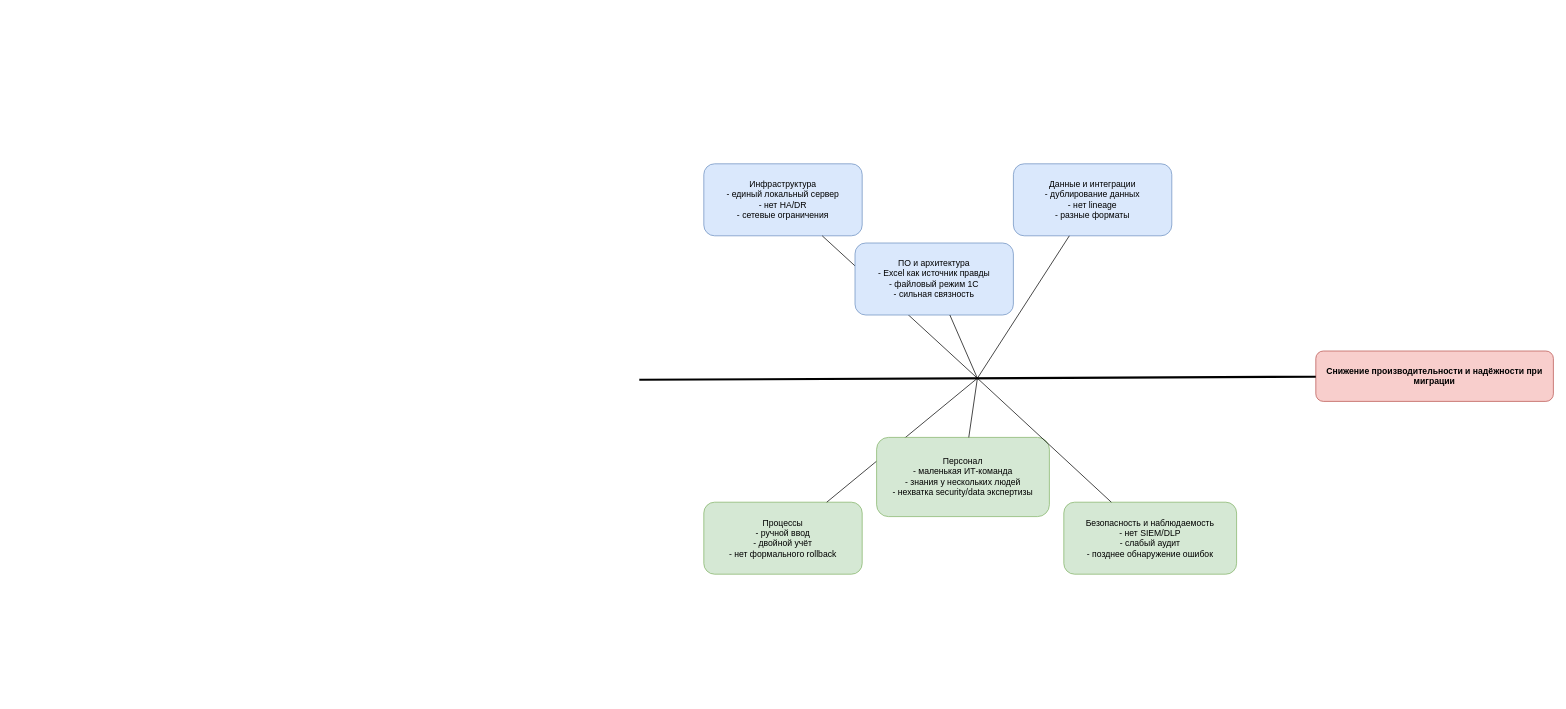
Anton19840712/architecture-medikamente keeps this draw.io diagram as Task4/ishikawa.drawio. Above is the earlier version. Source tidied: cells renumbered, new cells numbered last; positions are measured from the earlier drawing's top-left corner, leaving out a move shared by most shapes. Both pictures are drawn from the tidied source at 72%, with x=0, y=0 at pixel (624, 163).
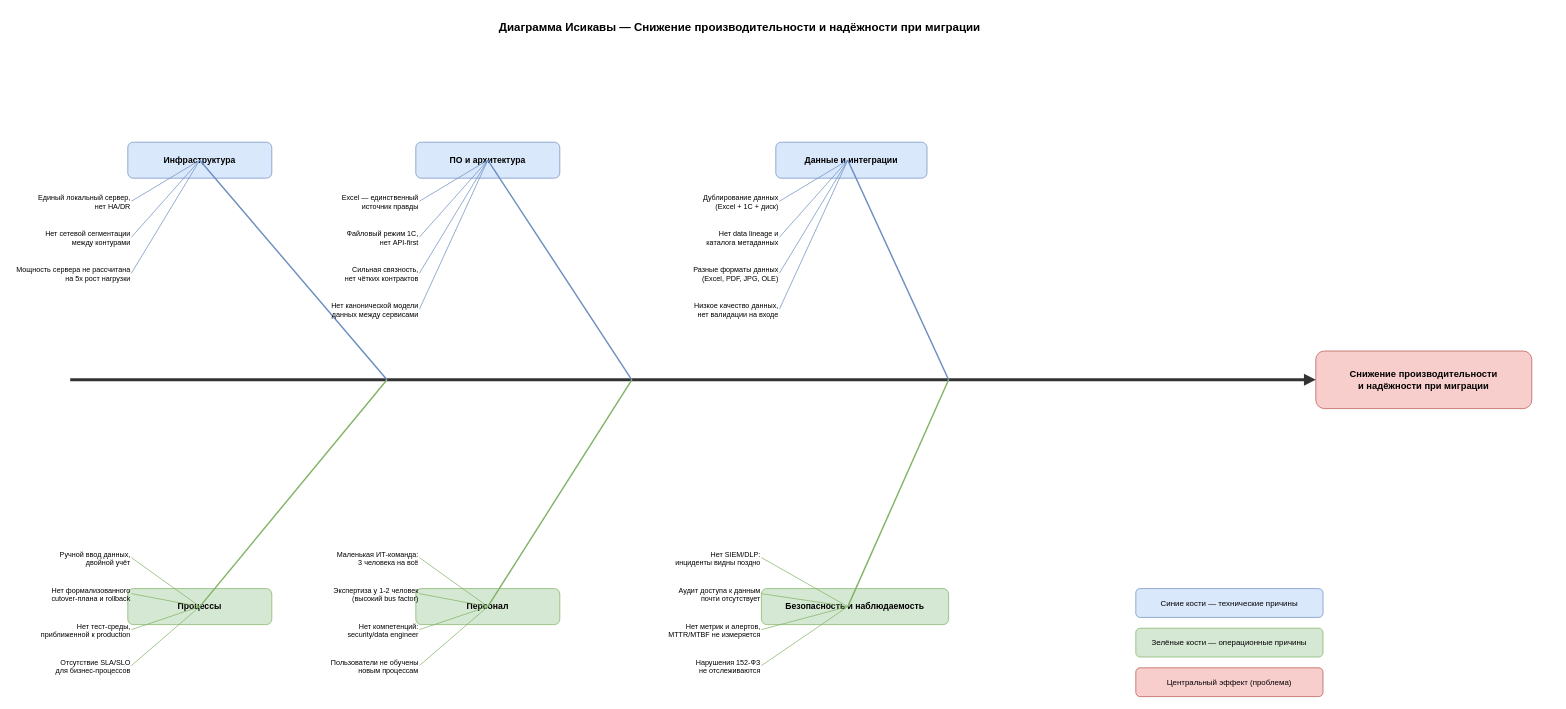
The same diagram, later.

Commit message:
feat(Task4): расширить диаграмму Исикавы подкостями второго уровня

The edit, as a diff of the source:
```diff
@@
+    <mxCell id="17" value="Диаграмма Исикавы — Снижение производительности и надёжности при миграции" style="text;html=1;strokeColor=none;fillColor=none;align=center;verticalAlign=middle;whiteSpace=wrap;fontSize=16;fontStyle=1;" parent="1" vertex="1">
+      <mxGeometry x="-290" y="-210" width="900" height="40" as="geometry" />
+    </mxCell>
-    <mxCell id="2" value="Снижение производительности и надёжности при миграции" style="rounded=1;whiteSpace=wrap;html=1;fillColor=#f8cecc;strokeColor=#b85450;fontStyle=1;" parent="1" vertex="1">
-      <mxGeometry x="960" y="260" width="330" height="70" as="geometry" />
+    <mxCell id="2" value="Снижение производительности&#10;и надёжности при миграции" style="rounded=1;whiteSpace=wrap;html=1;fillColor=#f8cecc;strokeColor=#b85450;fontStyle=1;fontSize=13;" parent="1" vertex="1">
+      <mxGeometry x="960" y="260" width="300" height="80" as="geometry" />
     </mxCell>
-    <mxCell id="3" style="endArrow=none;html=1;strokeWidth=3;" parent="1" edge="1" source="4" target="2">
-      <mxGeometry relative="1" as="geometry" />
-    </mxCell>
-    <mxCell id="4" style="ellipse;whiteSpace=wrap;html=1;fillColor=#ffffff;strokeColor=#ffffff;" parent="1" vertex="1">
-      <mxGeometry y="290" width="20" height="20" as="geometry" />
-    </mxCell>
-    <mxCell id="5" value="Инфраструктура&#10;- единый локальный сервер&#10;- нет HA/DR&#10;- сетевые ограничения" style="whiteSpace=wrap;html=1;rounded=1;fillColor=#dae8fc;strokeColor=#6c8ebf;" parent="1" vertex="1">
-      <mxGeometry x="110" width="220" height="100" as="geometry" />
-    </mxCell>
-    <mxCell id="6" style="endArrow=none;html=1;" parent="1" edge="1" source="5" target="3">
-      <mxGeometry relative="1" as="geometry" />
-    </mxCell>
-    <mxCell id="7" value="ПО и архитектура&#10;- Excel как источник правды&#10;- файловый режим 1С&#10;- сильная связность" style="whiteSpace=wrap;html=1;rounded=1;fillColor=#dae8fc;strokeColor=#6c8ebf;" parent="1" vertex="1">
-      <mxGeometry x="320" y="110" width="220" height="100" as="geometry" />
-    </mxCell>
-    <mxCell id="8" style="endArrow=none;html=1;" parent="1" edge="1" source="7" target="3">
-      <mxGeometry relative="1" as="geometry" />
-    </mxCell>
-    <mxCell id="9" value="Данные и интеграции&#10;- дублирование данных&#10;- нет lineage&#10;- разные форматы" style="whiteSpace=wrap;html=1;rounded=1;fillColor=#dae8fc;strokeColor=#6c8ebf;" parent="1" vertex="1">
-      <mxGeometry x="540" width="220" height="100" as="geometry" />
-    </mxCell>
-    <mxCell id="10" style="endArrow=none;html=1;" parent="1" edge="1" source="9" target="3">
-      <mxGeometry relative="1" as="geometry" />
-    </mxCell>
-    <mxCell id="11" value="Процессы&#10;- ручной ввод&#10;- двойной учёт&#10;- нет формального rollback" style="whiteSpace=wrap;html=1;rounded=1;fillColor=#d5e8d4;strokeColor=#82b366;" parent="1" vertex="1">
-      <mxGeometry x="110" y="470" width="220" height="100" as="geometry" />
-    </mxCell>
-    <mxCell id="12" style="endArrow=none;html=1;" parent="1" edge="1" source="11" target="3">
-      <mxGeometry relative="1" as="geometry" />
-    </mxCell>
-    <mxCell id="13" value="Персонал&#10;- маленькая ИТ-команда&#10;- знания у нескольких людей&#10;- нехватка security/data экспертизы" style="whiteSpace=wrap;html=1;rounded=1;fillColor=#d5e8d4;strokeColor=#82b366;" parent="1" vertex="1">
-      <mxGeometry x="350" y="380" width="240" height="110" as="geometry" />
-    </mxCell>
-    <mxCell id="14" style="endArrow=none;html=1;" parent="1" edge="1" source="13" target="3">
-      <mxGeometry relative="1" as="geometry" />
-    </mxCell>
-    <mxCell id="15" value="Безопасность и наблюдаемость&#10;- нет SIEM/DLP&#10;- слабый аудит&#10;- позднее обнаружение ошибок" style="whiteSpace=wrap;html=1;rounded=1;fillColor=#d5e8d4;strokeColor=#82b366;" parent="1" vertex="1">
-      <mxGeometry x="610" y="470" width="240" height="100" as="geometry" />
-    </mxCell>
-    <mxCell id="16" style="endArrow=none;html=1;" parent="1" edge="1" source="15" target="3">
-      <mxGeometry relative="1" as="geometry" />
-    </mxCell>
+    <mxCell id="18" style="endArrow=block;endFill=1;html=1;strokeWidth=4;strokeColor=#333333;" parent="1" edge="1">
+      <mxGeometry relative="1" as="geometry">
+        <mxPoint x="-770" y="300" as="sourcePoint" />
+        <mxPoint x="960" y="300" as="targetPoint" />
+      </mxGeometry>
+    </mxCell>
+    <mxCell id="19" value="Инфраструктура" style="rounded=1;whiteSpace=wrap;html=1;fillColor=#dae8fc;strokeColor=#6c8ebf;fontStyle=1;fontSize=12;" parent="1" vertex="1">
+      <mxGeometry x="-690" y="-30" width="200" height="50" as="geometry" />
+    </mxCell>
+    <mxCell id="20" style="endArrow=none;html=1;strokeWidth=2;strokeColor=#6c8ebf;" parent="1" edge="1">
+      <mxGeometry relative="1" as="geometry">
+        <mxPoint x="-590" y="-5" as="sourcePoint" />
+        <mxPoint x="-330" y="300" as="targetPoint" />
+      </mxGeometry>
+    </mxCell>
+    <mxCell id="21" value="Единый локальный сервер,&#10;нет HA/DR" style="text;html=1;strokeColor=none;fillColor=none;fontSize=10;align=right;" parent="1" vertex="1">
+      <mxGeometry x="-850" y="35" width="165" height="35" as="geometry" />
+    </mxCell>
+    <mxCell id="22" style="endArrow=none;html=1;strokeColor=#6c8ebf;" parent="1" edge="1">
+      <mxGeometry relative="1" as="geometry">
+        <mxPoint x="-685" y="52" as="sourcePoint" />
+        <mxPoint x="-590" y="-5" as="targetPoint" />
+      </mxGeometry>
+    </mxCell>
+    <mxCell id="23" value="Нет сетевой сегментации&#10;между контурами" style="text;html=1;strokeColor=none;fillColor=none;fontSize=10;align=right;" parent="1" vertex="1">
+      <mxGeometry x="-850" y="85" width="165" height="35" as="geometry" />
+    </mxCell>
+    <mxCell id="24" style="endArrow=none;html=1;strokeColor=#6c8ebf;" parent="1" edge="1">
+      <mxGeometry relative="1" as="geometry">
+        <mxPoint x="-685" y="102" as="sourcePoint" />
+        <mxPoint x="-590" y="-5" as="targetPoint" />
+      </mxGeometry>
+    </mxCell>
+    <mxCell id="25" value="Мощность сервера не рассчитана&#10;на 5x рост нагрузки" style="text;html=1;strokeColor=none;fillColor=none;fontSize=10;align=right;" parent="1" vertex="1">
+      <mxGeometry x="-850" y="135" width="165" height="35" as="geometry" />
+    </mxCell>
+    <mxCell id="26" style="endArrow=none;html=1;strokeColor=#6c8ebf;" parent="1" edge="1">
+      <mxGeometry relative="1" as="geometry">
+        <mxPoint x="-685" y="152" as="sourcePoint" />
+        <mxPoint x="-590" y="-5" as="targetPoint" />
+      </mxGeometry>
+    </mxCell>
+    <mxCell id="27" value="ПО и архитектура" style="rounded=1;whiteSpace=wrap;html=1;fillColor=#dae8fc;strokeColor=#6c8ebf;fontStyle=1;fontSize=12;" parent="1" vertex="1">
+      <mxGeometry x="-290" y="-30" width="200" height="50" as="geometry" />
+    </mxCell>
+    <mxCell id="28" style="endArrow=none;html=1;strokeWidth=2;strokeColor=#6c8ebf;" parent="1" edge="1">
+      <mxGeometry relative="1" as="geometry">
+        <mxPoint x="-190" y="-5" as="sourcePoint" />
+        <mxPoint x="10" y="300" as="targetPoint" />
+      </mxGeometry>
+    </mxCell>
+    <mxCell id="29" value="Excel — единственный&#10;источник правды" style="text;html=1;strokeColor=none;fillColor=none;fontSize=10;align=right;" parent="1" vertex="1">
+      <mxGeometry x="-450" y="35" width="165" height="35" as="geometry" />
+    </mxCell>
+    <mxCell id="30" style="endArrow=none;html=1;strokeColor=#6c8ebf;" parent="1" edge="1">
+      <mxGeometry relative="1" as="geometry">
+        <mxPoint x="-285" y="52" as="sourcePoint" />
+        <mxPoint x="-190" y="-5" as="targetPoint" />
+      </mxGeometry>
+    </mxCell>
+    <mxCell id="31" value="Файловый режим 1С,&#10;нет API-first" style="text;html=1;strokeColor=none;fillColor=none;fontSize=10;align=right;" parent="1" vertex="1">
+      <mxGeometry x="-450" y="85" width="165" height="35" as="geometry" />
+    </mxCell>
+    <mxCell id="32" style="endArrow=none;html=1;strokeColor=#6c8ebf;" parent="1" edge="1">
+      <mxGeometry relative="1" as="geometry">
+        <mxPoint x="-285" y="102" as="sourcePoint" />
+        <mxPoint x="-190" y="-5" as="targetPoint" />
+      </mxGeometry>
+    </mxCell>
+    <mxCell id="33" value="Сильная связность,&#10;нет чётких контрактов" style="text;html=1;strokeColor=none;fillColor=none;fontSize=10;align=right;" parent="1" vertex="1">
+      <mxGeometry x="-450" y="135" width="165" height="35" as="geometry" />
+    </mxCell>
+    <mxCell id="34" style="endArrow=none;html=1;strokeColor=#6c8ebf;" parent="1" edge="1">
+      <mxGeometry relative="1" as="geometry">
+        <mxPoint x="-285" y="152" as="sourcePoint" />
+        <mxPoint x="-190" y="-5" as="targetPoint" />
+      </mxGeometry>
+    </mxCell>
+    <mxCell id="35" value="Нет канонической модели&#10;данных между сервисами" style="text;html=1;strokeColor=none;fillColor=none;fontSize=10;align=right;" parent="1" vertex="1">
+      <mxGeometry x="-450" y="185" width="165" height="35" as="geometry" />
+    </mxCell>
+    <mxCell id="36" style="endArrow=none;html=1;strokeColor=#6c8ebf;" parent="1" edge="1">
+      <mxGeometry relative="1" as="geometry">
+        <mxPoint x="-285" y="202" as="sourcePoint" />
+        <mxPoint x="-190" y="-5" as="targetPoint" />
+      </mxGeometry>
+    </mxCell>
+    <mxCell id="37" value="Данные и интеграции" style="rounded=1;whiteSpace=wrap;html=1;fillColor=#dae8fc;strokeColor=#6c8ebf;fontStyle=1;fontSize=12;" parent="1" vertex="1">
+      <mxGeometry x="210" y="-30" width="210" height="50" as="geometry" />
+    </mxCell>
+    <mxCell id="38" style="endArrow=none;html=1;strokeWidth=2;strokeColor=#6c8ebf;" parent="1" edge="1">
+      <mxGeometry relative="1" as="geometry">
+        <mxPoint x="310" y="-5" as="sourcePoint" />
+        <mxPoint x="450" y="300" as="targetPoint" />
+      </mxGeometry>
+    </mxCell>
+    <mxCell id="39" value="Дублирование данных&#10;(Excel + 1С + диск)" style="text;html=1;strokeColor=none;fillColor=none;fontSize=10;align=right;" parent="1" vertex="1">
+      <mxGeometry x="40" y="35" width="175" height="35" as="geometry" />
+    </mxCell>
+    <mxCell id="40" style="endArrow=none;html=1;strokeColor=#6c8ebf;" parent="1" edge="1">
+      <mxGeometry relative="1" as="geometry">
+        <mxPoint x="215" y="52" as="sourcePoint" />
+        <mxPoint x="310" y="-5" as="targetPoint" />
+      </mxGeometry>
+    </mxCell>
+    <mxCell id="41" value="Нет data lineage и&#10;каталога метаданных" style="text;html=1;strokeColor=none;fillColor=none;fontSize=10;align=right;" parent="1" vertex="1">
+      <mxGeometry x="40" y="85" width="175" height="35" as="geometry" />
+    </mxCell>
+    <mxCell id="42" style="endArrow=none;html=1;strokeColor=#6c8ebf;" parent="1" edge="1">
+      <mxGeometry relative="1" as="geometry">
+        <mxPoint x="215" y="102" as="sourcePoint" />
+        <mxPoint x="310" y="-5" as="targetPoint" />
+      </mxGeometry>
+    </mxCell>
+    <mxCell id="43" value="Разные форматы данных&#10;(Excel, PDF, JPG, OLE)" style="text;html=1;strokeColor=none;fillColor=none;fontSize=10;align=right;" parent="1" vertex="1">
+      <mxGeometry x="40" y="135" width="175" height="35" as="geometry" />
+    </mxCell>
+    <mxCell id="44" style="endArrow=none;html=1;strokeColor=#6c8ebf;" parent="1" edge="1">
+      <mxGeometry relative="1" as="geometry">
+        <mxPoint x="215" y="152" as="sourcePoint" />
+        <mxPoint x="310" y="-5" as="targetPoint" />
+      </mxGeometry>
+    </mxCell>
+    <mxCell id="45" value="Низкое качество данных,&#10;нет валидации на входе" style="text;html=1;strokeColor=none;fillColor=none;fontSize=10;align=right;" parent="1" vertex="1">
+      <mxGeometry x="40" y="185" width="175" height="35" as="geometry" />
+    </mxCell>
+    <mxCell id="46" style="endArrow=none;html=1;strokeColor=#6c8ebf;" parent="1" edge="1">
+      <mxGeometry relative="1" as="geometry">
+        <mxPoint x="215" y="202" as="sourcePoint" />
+        <mxPoint x="310" y="-5" as="targetPoint" />
+      </mxGeometry>
+    </mxCell>
+    <mxCell id="47" value="Процессы" style="rounded=1;whiteSpace=wrap;html=1;fillColor=#d5e8d4;strokeColor=#82b366;fontStyle=1;fontSize=12;" parent="1" vertex="1">
+      <mxGeometry x="-690" y="590" width="200" height="50" as="geometry" />
+    </mxCell>
+    <mxCell id="48" style="endArrow=none;html=1;strokeWidth=2;strokeColor=#82b366;" parent="1" edge="1">
+      <mxGeometry relative="1" as="geometry">
+        <mxPoint x="-590" y="615" as="sourcePoint" />
+        <mxPoint x="-330" y="300" as="targetPoint" />
+      </mxGeometry>
+    </mxCell>
+    <mxCell id="49" value="Ручной ввод данных,&#10;двойной учёт" style="text;html=1;strokeColor=none;fillColor=none;fontSize=10;align=right;" parent="1" vertex="1">
+      <mxGeometry x="-850" y="530" width="165" height="35" as="geometry" />
+    </mxCell>
+    <mxCell id="50" style="endArrow=none;html=1;strokeColor=#82b366;" parent="1" edge="1">
+      <mxGeometry relative="1" as="geometry">
+        <mxPoint x="-685" y="547" as="sourcePoint" />
+        <mxPoint x="-590" y="615" as="targetPoint" />
+      </mxGeometry>
+    </mxCell>
+    <mxCell id="51" value="Нет формализованного&#10;cutover-плана и rollback" style="text;html=1;strokeColor=none;fillColor=none;fontSize=10;align=right;" parent="1" vertex="1">
+      <mxGeometry x="-850" y="580" width="165" height="35" as="geometry" />
+    </mxCell>
+    <mxCell id="52" style="endArrow=none;html=1;strokeColor=#82b366;" parent="1" edge="1">
+      <mxGeometry relative="1" as="geometry">
+        <mxPoint x="-685" y="597" as="sourcePoint" />
+        <mxPoint x="-590" y="615" as="targetPoint" />
+      </mxGeometry>
+    </mxCell>
+    <mxCell id="53" value="Нет тест-среды,&#10;приближенной к production" style="text;html=1;strokeColor=none;fillColor=none;fontSize=10;align=right;" parent="1" vertex="1">
+      <mxGeometry x="-850" y="630" width="165" height="35" as="geometry" />
+    </mxCell>
+    <mxCell id="54" style="endArrow=none;html=1;strokeColor=#82b366;" parent="1" edge="1">
+      <mxGeometry relative="1" as="geometry">
+        <mxPoint x="-685" y="647" as="sourcePoint" />
+        <mxPoint x="-590" y="615" as="targetPoint" />
+      </mxGeometry>
+    </mxCell>
+    <mxCell id="55" value="Отсутствие SLA/SLO&#10;для бизнес-процессов" style="text;html=1;strokeColor=none;fillColor=none;fontSize=10;align=right;" parent="1" vertex="1">
+      <mxGeometry x="-850" y="680" width="165" height="35" as="geometry" />
+    </mxCell>
+    <mxCell id="56" style="endArrow=none;html=1;strokeColor=#82b366;" parent="1" edge="1">
+      <mxGeometry relative="1" as="geometry">
+        <mxPoint x="-685" y="697" as="sourcePoint" />
+        <mxPoint x="-590" y="615" as="targetPoint" />
+      </mxGeometry>
+    </mxCell>
+    <mxCell id="57" value="Персонал" style="rounded=1;whiteSpace=wrap;html=1;fillColor=#d5e8d4;strokeColor=#82b366;fontStyle=1;fontSize=12;" parent="1" vertex="1">
+      <mxGeometry x="-290" y="590" width="200" height="50" as="geometry" />
+    </mxCell>
+    <mxCell id="58" style="endArrow=none;html=1;strokeWidth=2;strokeColor=#82b366;" parent="1" edge="1">
+      <mxGeometry relative="1" as="geometry">
+        <mxPoint x="-190" y="615" as="sourcePoint" />
+        <mxPoint x="10" y="300" as="targetPoint" />
+      </mxGeometry>
+    </mxCell>
+    <mxCell id="59" value="Маленькая ИТ-команда:&#10;3 человека на всё" style="text;html=1;strokeColor=none;fillColor=none;fontSize=10;align=right;" parent="1" vertex="1">
+      <mxGeometry x="-460" y="530" width="175" height="35" as="geometry" />
+    </mxCell>
+    <mxCell id="60" style="endArrow=none;html=1;strokeColor=#82b366;" parent="1" edge="1">
+      <mxGeometry relative="1" as="geometry">
+        <mxPoint x="-285" y="547" as="sourcePoint" />
+        <mxPoint x="-190" y="615" as="targetPoint" />
+      </mxGeometry>
+    </mxCell>
+    <mxCell id="61" value="Экспертиза у 1-2 человек&#10;(высокий bus factor)" style="text;html=1;strokeColor=none;fillColor=none;fontSize=10;align=right;" parent="1" vertex="1">
+      <mxGeometry x="-460" y="580" width="175" height="35" as="geometry" />
+    </mxCell>
+    <mxCell id="62" style="endArrow=none;html=1;strokeColor=#82b366;" parent="1" edge="1">
+      <mxGeometry relative="1" as="geometry">
+        <mxPoint x="-285" y="597" as="sourcePoint" />
+        <mxPoint x="-190" y="615" as="targetPoint" />
+      </mxGeometry>
+    </mxCell>
+    <mxCell id="63" value="Нет компетенций:&#10;security/data engineer" style="text;html=1;strokeColor=none;fillColor=none;fontSize=10;align=right;" parent="1" vertex="1">
+      <mxGeometry x="-460" y="630" width="175" height="35" as="geometry" />
+    </mxCell>
+    <mxCell id="64" style="endArrow=none;html=1;strokeColor=#82b366;" parent="1" edge="1">
+      <mxGeometry relative="1" as="geometry">
+        <mxPoint x="-285" y="647" as="sourcePoint" />
+        <mxPoint x="-190" y="615" as="targetPoint" />
+      </mxGeometry>
+    </mxCell>
+    <mxCell id="65" value="Пользователи не обучены&#10;новым процессам" style="text;html=1;strokeColor=none;fillColor=none;fontSize=10;align=right;" parent="1" vertex="1">
+      <mxGeometry x="-460" y="680" width="175" height="35" as="geometry" />
+    </mxCell>
+    <mxCell id="66" style="endArrow=none;html=1;strokeColor=#82b366;" parent="1" edge="1">
+      <mxGeometry relative="1" as="geometry">
+        <mxPoint x="-285" y="697" as="sourcePoint" />
+        <mxPoint x="-190" y="615" as="targetPoint" />
+      </mxGeometry>
+    </mxCell>
+    <mxCell id="67" value="Безопасность и наблюдаемость" style="rounded=1;whiteSpace=wrap;html=1;fillColor=#d5e8d4;strokeColor=#82b366;fontStyle=1;fontSize=12;" parent="1" vertex="1">
+      <mxGeometry x="190" y="590" width="260" height="50" as="geometry" />
+    </mxCell>
+    <mxCell id="68" style="endArrow=none;html=1;strokeWidth=2;strokeColor=#82b366;" parent="1" edge="1">
+      <mxGeometry relative="1" as="geometry">
+        <mxPoint x="310" y="615" as="sourcePoint" />
+        <mxPoint x="450" y="300" as="targetPoint" />
+      </mxGeometry>
+    </mxCell>
+    <mxCell id="69" value="Нет SIEM/DLP:&#10;инциденты видны поздно" style="text;html=1;strokeColor=none;fillColor=none;fontSize=10;align=right;" parent="1" vertex="1">
+      <mxGeometry x="5" y="530" width="185" height="35" as="geometry" />
+    </mxCell>
+    <mxCell id="70" style="endArrow=none;html=1;strokeColor=#82b366;" parent="1" edge="1">
+      <mxGeometry relative="1" as="geometry">
+        <mxPoint x="190" y="547" as="sourcePoint" />
+        <mxPoint x="310" y="615" as="targetPoint" />
+      </mxGeometry>
+    </mxCell>
+    <mxCell id="71" value="Аудит доступа к данным&#10;почти отсутствует" style="text;html=1;strokeColor=none;fillColor=none;fontSize=10;align=right;" parent="1" vertex="1">
+      <mxGeometry x="5" y="580" width="185" height="35" as="geometry" />
+    </mxCell>
+    <mxCell id="72" style="endArrow=none;html=1;strokeColor=#82b366;" parent="1" edge="1">
+      <mxGeometry relative="1" as="geometry">
+        <mxPoint x="190" y="597" as="sourcePoint" />
+        <mxPoint x="310" y="615" as="targetPoint" />
+      </mxGeometry>
+    </mxCell>
+    <mxCell id="73" value="Нет метрик и алертов,&#10;MTTR/MTBF не измеряется" style="text;html=1;strokeColor=none;fillColor=none;fontSize=10;align=right;" parent="1" vertex="1">
+      <mxGeometry x="5" y="630" width="185" height="35" as="geometry" />
+    </mxCell>
+    <mxCell id="74" style="endArrow=none;html=1;strokeColor=#82b366;" parent="1" edge="1">
+      <mxGeometry relative="1" as="geometry">
+        <mxPoint x="190" y="647" as="sourcePoint" />
+        <mxPoint x="310" y="615" as="targetPoint" />
+      </mxGeometry>
+    </mxCell>
+    <mxCell id="75" value="Нарушения 152-ФЗ&#10;не отслеживаются" style="text;html=1;strokeColor=none;fillColor=none;fontSize=10;align=right;" parent="1" vertex="1">
+      <mxGeometry x="5" y="680" width="185" height="35" as="geometry" />
+    </mxCell>
+    <mxCell id="76" style="endArrow=none;html=1;strokeColor=#82b366;" parent="1" edge="1">
+      <mxGeometry relative="1" as="geometry">
+        <mxPoint x="190" y="697" as="sourcePoint" />
+        <mxPoint x="310" y="615" as="targetPoint" />
+      </mxGeometry>
+    </mxCell>
+    <mxCell id="77" value="Синие кости — технические причины" style="rounded=1;whiteSpace=wrap;html=1;fillColor=#dae8fc;strokeColor=#6c8ebf;fontSize=11;" parent="1" vertex="1">
+      <mxGeometry x="710" y="590" width="260" height="40" as="geometry" />
+    </mxCell>
+    <mxCell id="78" value="Зелёные кости — операционные причины" style="rounded=1;whiteSpace=wrap;html=1;fillColor=#d5e8d4;strokeColor=#82b366;fontSize=11;" parent="1" vertex="1">
+      <mxGeometry x="710" y="645" width="260" height="40" as="geometry" />
+    </mxCell>
+    <mxCell id="79" value="Центральный эффект (проблема)" style="rounded=1;whiteSpace=wrap;html=1;fillColor=#f8cecc;strokeColor=#b85450;fontSize=11;" parent="1" vertex="1">
+      <mxGeometry x="710" y="700" width="260" height="40" as="geometry" />
+    </mxCell>
```
